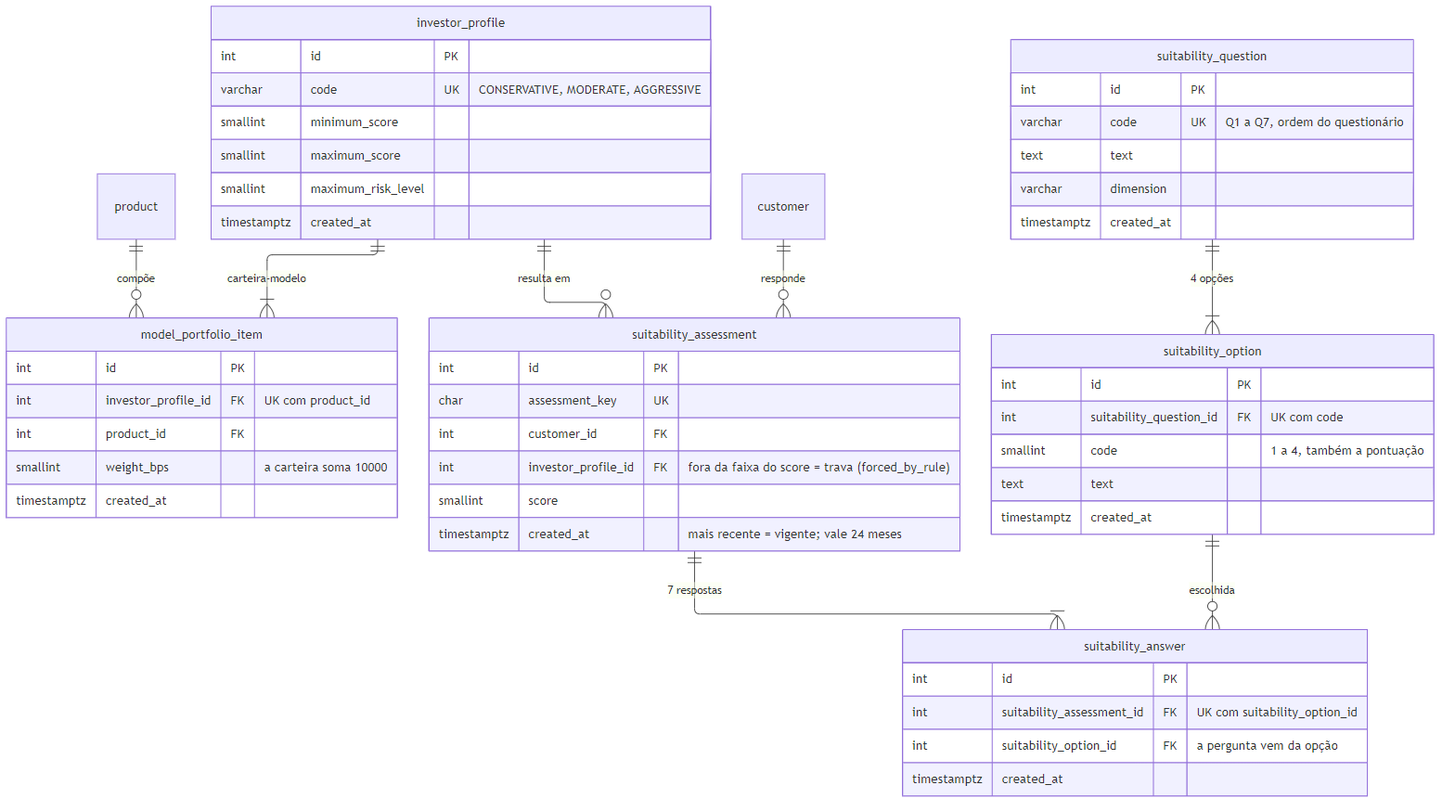
Before: docs/diagramas/er-perfil-e-carteira.png, a diagram exported from Mermaid (heluylucas/bootcamp-qi-tech-presidas-). Its source is kept beside it as docs/diagramas/er-perfil-e-carteira.mmd.
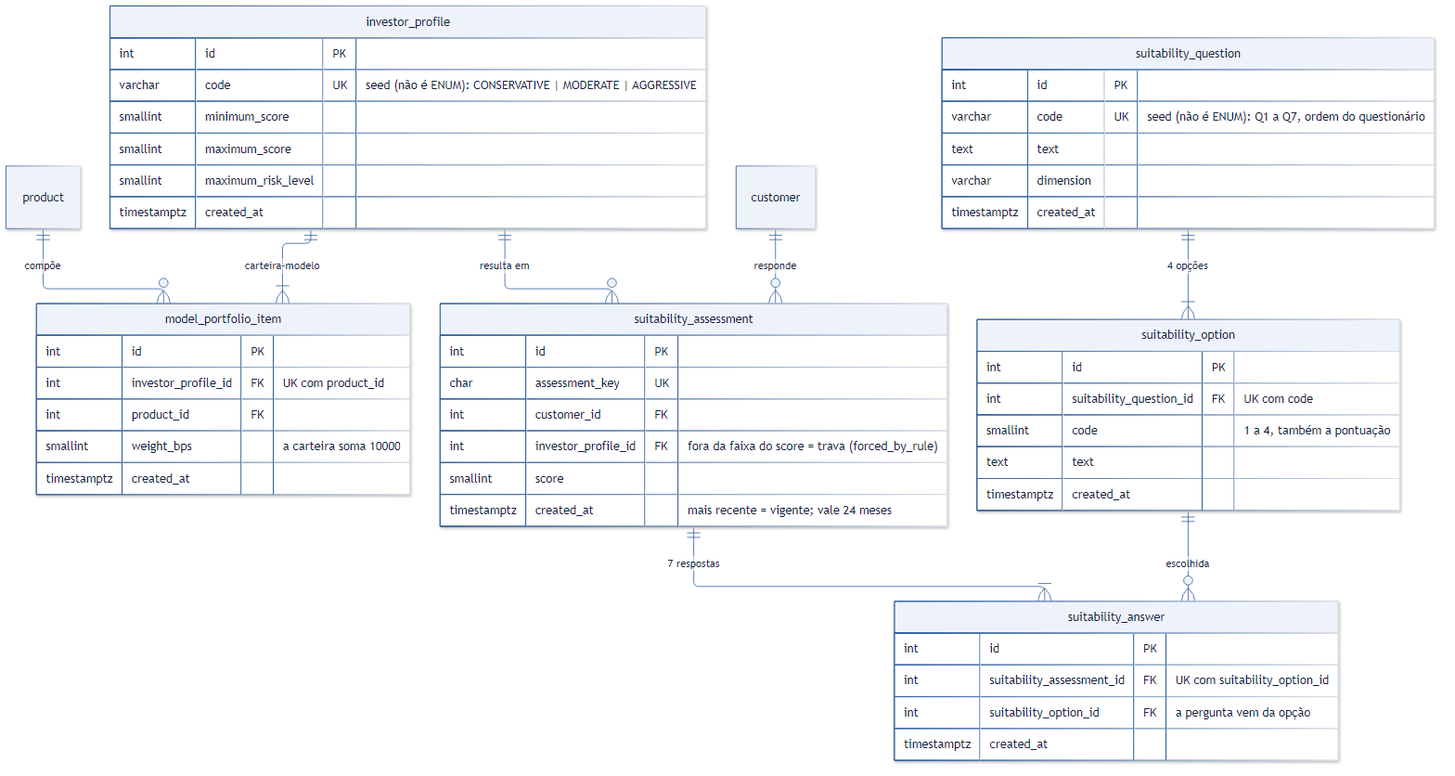
After the commit.

Diff of the diagram source:
```diff
@@ -1,5 +1,16 @@
 ---
 config:
+  theme: base
+  themeVariables:
+    primaryColor: "#eef3fb"
+    primaryBorderColor: "#2f5f9e"
+    primaryTextColor: "#10233f"
+    lineColor: "#2f5f9e"
+    secondaryColor: "#f7f9fd"
+    tertiaryColor: "#ffffff"
+    noteBkgColor: "#f7f9fd"
+    noteBorderColor: "#2f5f9e"
+    noteTextColor: "#10233f"
   layout: elk
   elk:
     mergeEdges: false
@@ -16,7 +27,7 @@
 
     suitability_question {
         int id PK
-        varchar code UK "Q1 a Q7, ordem do questionário"
+        varchar code UK "seed (não é ENUM): Q1 a Q7, ordem do questionário"
         text text
         varchar dimension
         timestamptz created_at
@@ -30,7 +41,7 @@
     }
     investor_profile {
         int id PK
-        varchar code UK "CONSERVATIVE, MODERATE, AGGRESSIVE"
+        varchar code UK "seed (não é ENUM): CONSERVATIVE | MODERATE | AGGRESSIVE"
         smallint minimum_score
         smallint maximum_score
         smallint maximum_risk_level
```
